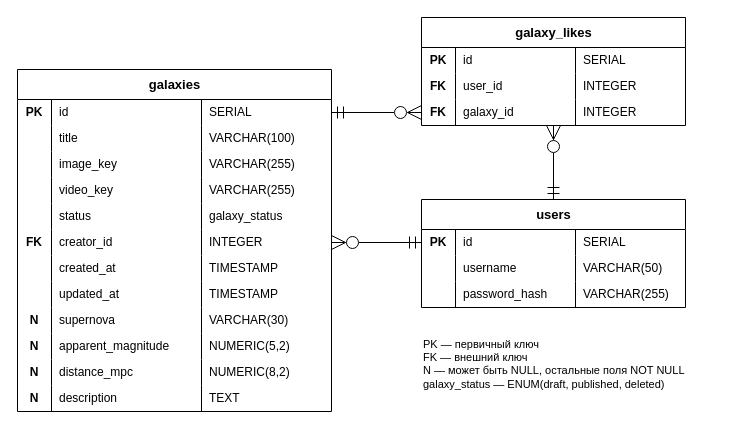
This is reports/er_galaxies.drawio from Lesseulement/Galaxy, a draw.io file, before an edit. Source tidied: cells renumbered, new cells numbered last; positions are measured from the earlier drawing's top-left corner, leaving out a move shared by most shapes. Both pictures are drawn from the tidied source at 100%, with x=0, y=0 at pixel (17, 17).
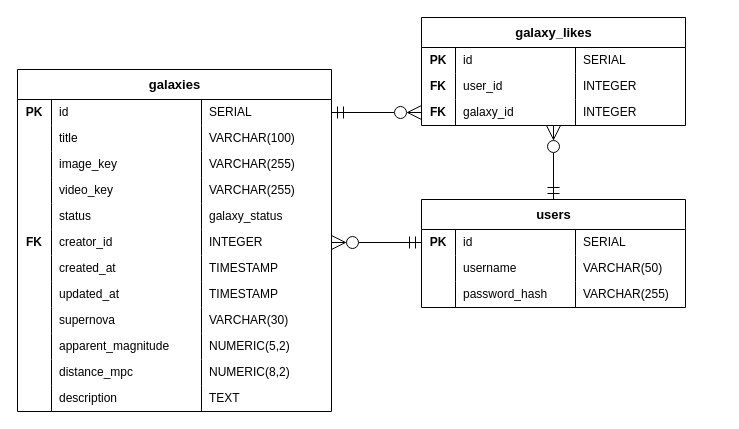
The same page after the edit.

Commit message (it also covers changes not shown here):
Postman without variables, ER and class diagrams fixed

Unchanged cells that the change refers to:
```xml
<mxCell id="35" style="shape=tableRow;horizontal=0;startSize=0;swimlaneHead=0;swimlaneBody=0;fillColor=none;top=0;left=0;right=0;bottom=0;html=1;" parent="2" vertex="1">
  <mxGeometry y="238" width="314" height="26" as="geometry" />
</mxCell>
<mxCell id="39" style="shape=tableRow;horizontal=0;startSize=0;swimlaneHead=0;swimlaneBody=0;fillColor=none;top=0;left=0;right=0;bottom=0;html=1;" parent="2" vertex="1">
  <mxGeometry y="264" width="314" height="26" as="geometry" />
</mxCell>
<mxCell id="43" style="shape=tableRow;horizontal=0;startSize=0;swimlaneHead=0;swimlaneBody=0;fillColor=none;top=0;left=0;right=0;bottom=0;html=1;" parent="2" vertex="1">
  <mxGeometry y="290" width="314" height="26" as="geometry" />
</mxCell>
<mxCell id="47" style="shape=tableRow;horizontal=0;startSize=0;swimlaneHead=0;swimlaneBody=0;fillColor=none;top=0;left=0;right=0;bottom=0;html=1;" parent="2" vertex="1">
  <mxGeometry y="316" width="314" height="26" as="geometry" />
</mxCell>
```

What changed in the source:
```diff
@@
-    <mxCell id="36" value="N" style="shape=partialRectangle;fillColor=none;top=0;left=0;bottom=0;right=0;overflow=hidden;html=1;fontSize=12;fontStyle=1;align=center;" parent="35" vertex="1">
+    <mxCell id="36" style="shape=partialRectangle;fillColor=none;top=0;left=0;bottom=0;right=0;overflow=hidden;html=1;fontSize=12;fontStyle=1;align=center;" parent="35" vertex="1">
       <mxGeometry width="34" height="26" as="geometry" />
     </mxCell>
@@
-    <mxCell id="40" value="N" style="shape=partialRectangle;fillColor=none;top=0;left=0;bottom=0;right=0;overflow=hidden;html=1;fontSize=12;fontStyle=1;align=center;" parent="39" vertex="1">
+    <mxCell id="40" style="shape=partialRectangle;fillColor=none;top=0;left=0;bottom=0;right=0;overflow=hidden;html=1;fontSize=12;fontStyle=1;align=center;" parent="39" vertex="1">
       <mxGeometry width="34" height="26" as="geometry" />
     </mxCell>
@@
-    <mxCell id="44" value="N" style="shape=partialRectangle;fillColor=none;top=0;left=0;bottom=0;right=0;overflow=hidden;html=1;fontSize=12;fontStyle=1;align=center;" parent="43" vertex="1">
+    <mxCell id="44" style="shape=partialRectangle;fillColor=none;top=0;left=0;bottom=0;right=0;overflow=hidden;html=1;fontSize=12;fontStyle=1;align=center;" parent="43" vertex="1">
       <mxGeometry width="34" height="26" as="geometry" />
     </mxCell>
@@
-    <mxCell id="48" value="N" style="shape=partialRectangle;fillColor=none;top=0;left=0;bottom=0;right=0;overflow=hidden;html=1;fontSize=12;fontStyle=1;align=center;" parent="47" vertex="1">
+    <mxCell id="48" style="shape=partialRectangle;fillColor=none;top=0;left=0;bottom=0;right=0;overflow=hidden;html=1;fontSize=12;fontStyle=1;align=center;" parent="47" vertex="1">
       <mxGeometry width="34" height="26" as="geometry" />
     </mxCell>
@@
-    <mxCell id="80" value="PK — первичный ключ&lt;br&gt;FK — внешний ключ&lt;br&gt;N — может быть NULL, остальные поля NOT NULL&lt;br&gt;galaxy_status — ENUM(draft, published, deleted)" style="text;html=1;align=left;verticalAlign=top;fontSize=11;whiteSpace=wrap;" parent="1" vertex="1">
-      <mxGeometry x="404" y="314" width="300" height="70" as="geometry" />
-    </mxCell>
```
